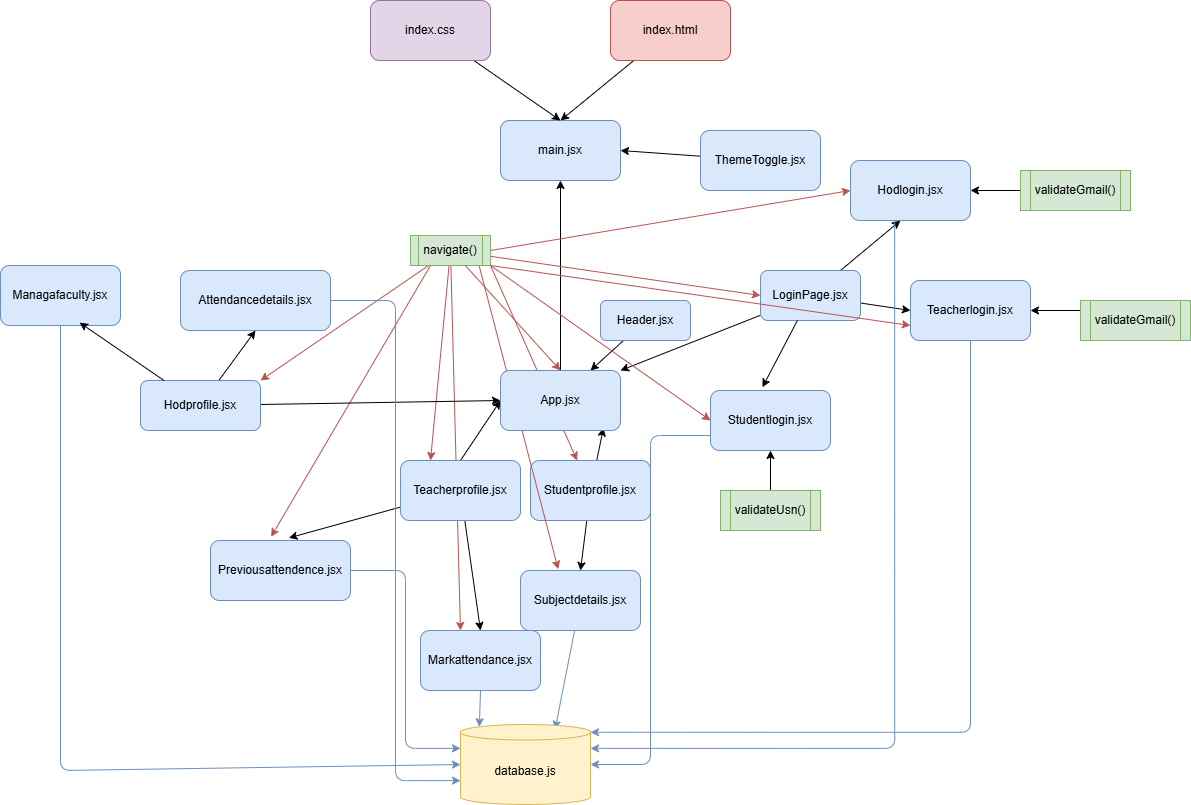
Above: Diagram.drawio.png in Rohan-Shridhar/Attendance-Tracker (draw.io), before the change. Source tidied: cells renumbered, new cells last; positions are measured from the earlier drawing's top-left corner, leaving out a move shared by most shapes.
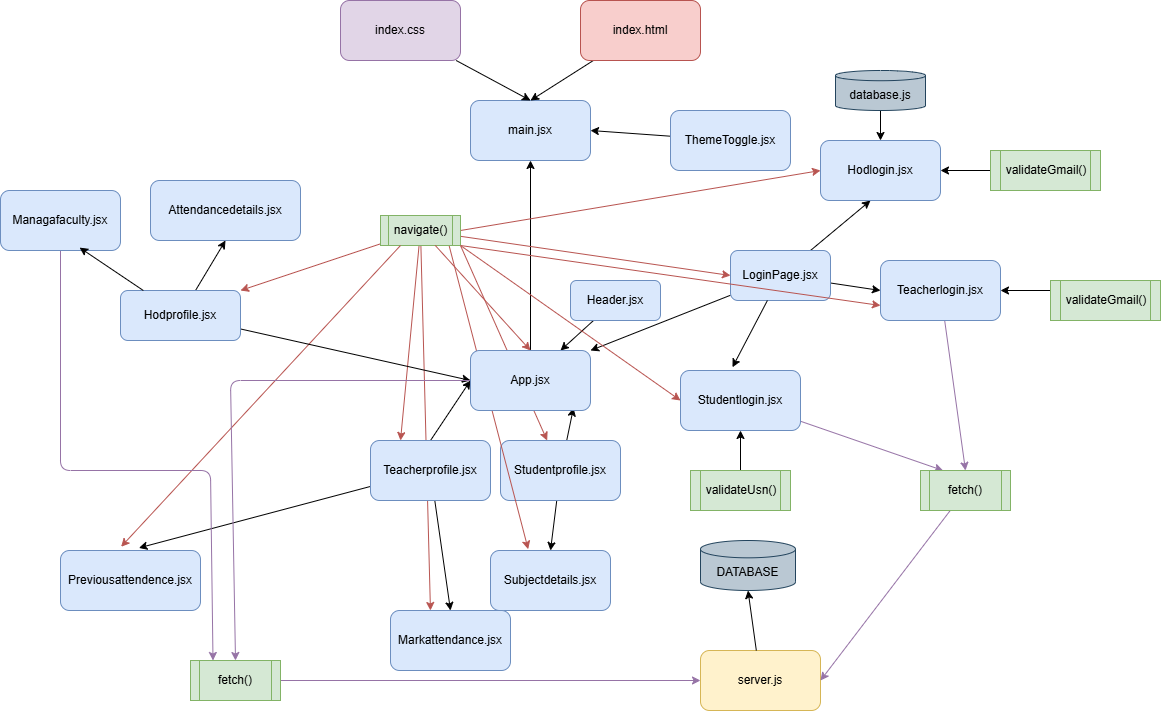
The same file after the commit.

Diff of the diagram source:
```diff
@@ -28,9 +28,15 @@
     <mxCell id="9" value="LoginPage.jsx" style="rounded=1;whiteSpace=wrap;html=1;fillColor=#dae8fc;strokeColor=#6c8ebf;" parent="1" vertex="1">
       <mxGeometry x="760" y="270" width="100" height="50" as="geometry" />
     </mxCell>
+    <mxCell id="64" style="edgeStyle=none;html=1;entryX=0.25;entryY=0;entryDx=0;entryDy=0;fillColor=#e1d5e7;strokeColor=#9673a6;" parent="1" edge="1" source="10" target="72">
+      <mxGeometry relative="1" as="geometry" />
+    </mxCell>
     <mxCell id="10" value="Studentlogin.jsx" style="rounded=1;whiteSpace=wrap;html=1;fillColor=#dae8fc;strokeColor=#6c8ebf;" parent="1" vertex="1">
       <mxGeometry x="710" y="390" width="120" height="60" as="geometry" />
     </mxCell>
+    <mxCell id="65" style="edgeStyle=none;html=1;entryX=0.5;entryY=0;entryDx=0;entryDy=0;fillColor=#e1d5e7;strokeColor=#9673a6;" parent="1" edge="1" source="11" target="72">
+      <mxGeometry relative="1" as="geometry" />
+    </mxCell>
     <mxCell id="11" value="Teacherlogin.jsx" style="rounded=1;whiteSpace=wrap;html=1;fillColor=#dae8fc;strokeColor=#6c8ebf;" parent="1" vertex="1">
       <mxGeometry x="910" y="280" width="120" height="60" as="geometry" />
     </mxCell>
@@ -46,9 +52,6 @@
     <mxCell id="15" style="edgeStyle=none;html=1;entryX=0.5;entryY=0;entryDx=0;entryDy=0;" parent="1" edge="1" source="49" target="42">
       <mxGeometry relative="1" as="geometry" />
     </mxCell>
-    <mxCell id="16" style="edgeStyle=elbowEdgeStyle;html=1;fillColor=#dae8fc;strokeColor=#6c8ebf;entryX=0;entryY=0;entryDx=0;entryDy=23.875038146972656;entryPerimeter=0;" parent="1" edge="1" source="51" target="52">
-      <mxGeometry relative="1" as="geometry" />
-    </mxCell>
     <mxCell id="17" style="edgeStyle=none;html=1;entryX=0;entryY=0.5;entryDx=0;entryDy=0;exitX=0.5;exitY=0;exitDx=0;exitDy=0;" parent="1" edge="1" source="49" target="61">
       <mxGeometry relative="1" as="geometry" />
     </mxCell>
@@ -101,23 +104,14 @@
       <mxGeometry relative="1" as="geometry" />
     </mxCell>
     <mxCell id="34" value="index.html" style="rounded=1;whiteSpace=wrap;html=1;fillColor=#f8cecc;strokeColor=#b85450;" parent="1" vertex="1">
-      <mxGeometry x="610" width="120" height="60" as="geometry" />
+      <mxGeometry x="610" y="20" width="120" height="60" as="geometry" />
     </mxCell>
     <mxCell id="35" style="edgeStyle=none;html=1;entryX=0.5;entryY=0;entryDx=0;entryDy=0;" parent="1" edge="1" source="36" target="2">
       <mxGeometry relative="1" as="geometry" />
     </mxCell>
     <mxCell id="36" value="index.css" style="rounded=1;whiteSpace=wrap;html=1;fillColor=#e1d5e7;strokeColor=#9673a6;" parent="1" vertex="1">
-      <mxGeometry x="370" width="120" height="60" as="geometry" />
+      <mxGeometry x="370" y="20" width="120" height="60" as="geometry" />
     </mxCell>
-    <mxCell id="37" style="edgeStyle=orthogonalEdgeStyle;html=1;entryX=1;entryY=0;entryDx=0;entryDy=7.7500762939453125;entryPerimeter=0;fillColor=#dae8fc;strokeColor=#6c8ebf;exitX=0.5;exitY=1;exitDx=0;exitDy=0;" parent="1" edge="1" source="11" target="52">
-      <mxGeometry relative="1" as="geometry" />
-    </mxCell>
-    <mxCell id="38" style="edgeStyle=none;html=1;entryX=0.728;entryY=0.06;entryDx=0;entryDy=0;entryPerimeter=0;fillColor=#dae8fc;strokeColor=#6c8ebf;" parent="1" edge="1" source="31" target="52">
-      <mxGeometry relative="1" as="geometry" />
-    </mxCell>
-    <mxCell id="39" style="edgeStyle=elbowEdgeStyle;html=1;exitX=0;exitY=0.75;exitDx=0;exitDy=0;fillColor=#dae8fc;strokeColor=#6c8ebf;" parent="1" edge="1" source="10" target="52">
-      <mxGeometry relative="1" as="geometry" />
-    </mxCell>
     <mxCell id="40" style="edgeStyle=none;html=1;entryX=1;entryY=0.5;entryDx=0;entryDy=0;" parent="1" edge="1" source="41" target="2">
       <mxGeometry relative="1" as="geometry" />
     </mxCell>
@@ -136,9 +130,6 @@
     <mxCell id="45" value="validateGmail()" style="shape=process;whiteSpace=wrap;html=1;backgroundOutline=1;size=0.09090909090909091;fillColor=#d5e8d4;strokeColor=#82b366;" parent="1" vertex="1">
       <mxGeometry x="1020" y="170" width="110" height="40" as="geometry" />
     </mxCell>
-    <mxCell id="46" style="edgeStyle=orthogonalEdgeStyle;html=1;entryX=1;entryY=0;entryDx=0;entryDy=23.875038146972656;entryPerimeter=0;exitX=0.368;exitY=1.006;exitDx=0;exitDy=0;exitPerimeter=0;fillColor=#dae8fc;strokeColor=#6c8ebf;" parent="1" edge="1" source="43" target="52">
-      <mxGeometry relative="1" as="geometry" />
-    </mxCell>
     <mxCell id="47" style="edgeStyle=none;html=1;entryX=0;entryY=0.75;entryDx=0;entryDy=0;exitX=1;exitY=1;exitDx=0;exitDy=0;fillColor=#f8cecc;strokeColor=#b85450;" parent="1" edge="1" source="26" target="11">
       <mxGeometry relative="1" as="geometry" />
     </mxCell>
@@ -152,14 +143,8 @@
       <mxGeometry relative="1" as="geometry" />
     </mxCell>
     <mxCell id="51" value="Previousattendence.jsx" style="rounded=1;whiteSpace=wrap;html=1;fillColor=#dae8fc;strokeColor=#6c8ebf;" parent="1" vertex="1">
-      <mxGeometry x="210" y="540" width="140" height="60" as="geometry" />
+      <mxGeometry x="90" y="570" width="140" height="60" as="geometry" />
     </mxCell>
-    <mxCell id="52" value="database.js" style="shape=cylinder3;whiteSpace=wrap;html=1;boundedLbl=1;backgroundOutline=1;size=7.7500762939453125;fillColor=#fff2cc;strokeColor=#d6b656;" parent="1" vertex="1">
-      <mxGeometry x="460" y="724" width="130" height="80" as="geometry" />
-    </mxCell>
-    <mxCell id="53" style="edgeStyle=none;html=1;exitX=0.5;exitY=1;exitDx=0;exitDy=0;entryX=0.145;entryY=0;entryDx=0;entryDy=2.2475221252441404;entryPerimeter=0;fillColor=#dae8fc;strokeColor=#6c8ebf;" parent="1" edge="1" source="42" target="52">
-      <mxGeometry relative="1" as="geometry" />
-    </mxCell>
     <mxCell id="54" style="edgeStyle=none;html=1;entryX=0;entryY=0.5;entryDx=0;entryDy=0;" parent="1" edge="1" source="56" target="61">
       <mxGeometry relative="1" as="geometry" />
     </mxCell>
@@ -167,32 +152,64 @@
       <mxGeometry relative="1" as="geometry" />
     </mxCell>
     <mxCell id="56" value="Hodprofile.jsx" style="rounded=1;whiteSpace=wrap;html=1;fillColor=#dae8fc;strokeColor=#6c8ebf;" parent="1" vertex="1">
-      <mxGeometry x="140" y="380" width="120" height="50" as="geometry" />
+      <mxGeometry x="150" y="310" width="120" height="50" as="geometry" />
     </mxCell>
+    <mxCell id="66" style="edgeStyle=none;html=1;entryX=0.25;entryY=0;entryDx=0;entryDy=0;fillColor=#e1d5e7;strokeColor=#9673a6;" parent="1" edge="1" source="57" target="70">
+      <mxGeometry relative="1" as="geometry">
+        <Array as="points">
+          <mxPoint x="90" y="490" />
+          <mxPoint x="240" y="490" />
+        </Array>
+      </mxGeometry>
+    </mxCell>
     <mxCell id="57" value="Managafaculty.jsx" style="rounded=1;whiteSpace=wrap;html=1;fillColor=#dae8fc;strokeColor=#6c8ebf;" parent="1" vertex="1">
-      <mxGeometry y="265" width="120" height="60" as="geometry" />
+      <mxGeometry x="30" y="210" width="120" height="60" as="geometry" />
     </mxCell>
     <mxCell id="58" value="Attendancedetails.jsx" style="rounded=1;whiteSpace=wrap;html=1;fillColor=#dae8fc;strokeColor=#6c8ebf;" parent="1" vertex="1">
-      <mxGeometry x="180" y="270" width="150" height="60" as="geometry" />
+      <mxGeometry x="180" y="200" width="150" height="60" as="geometry" />
     </mxCell>
-    <mxCell id="59" style="edgeStyle=orthogonalEdgeStyle;html=1;entryX=0;entryY=0;entryDx=0;entryDy=56.124961853027344;entryPerimeter=0;elbow=vertical;fillColor=#dae8fc;strokeColor=#6c8ebf;" parent="1" edge="1" source="58" target="52">
-      <mxGeometry relative="1" as="geometry" />
-    </mxCell>
     <mxCell id="60" style="edgeStyle=none;html=1;entryX=0.5;entryY=0;entryDx=0;entryDy=0;exitX=0.684;exitY=0.996;exitDx=0;exitDy=0;exitPerimeter=0;fillColor=#f8cecc;strokeColor=#b85450;" parent="1" edge="1" source="26" target="61">
       <mxGeometry relative="1" as="geometry" />
     </mxCell>
+    <mxCell id="67" style="edgeStyle=none;html=1;entryX=0.5;entryY=0;entryDx=0;entryDy=0;fillColor=#e1d5e7;strokeColor=#9673a6;" parent="1" edge="1" source="61" target="70">
+      <mxGeometry relative="1" as="geometry">
+        <Array as="points">
+          <mxPoint x="260" y="400" />
+        </Array>
+      </mxGeometry>
+    </mxCell>
     <mxCell id="61" value="App.jsx" style="rounded=1;whiteSpace=wrap;html=1;fillColor=#dae8fc;strokeColor=#6c8ebf;" parent="1" vertex="1">
       <mxGeometry x="500" y="370" width="120" height="60" as="geometry" />
     </mxCell>
     <mxCell id="62" style="edgeStyle=none;html=1;entryX=0.659;entryY=0.952;entryDx=0;entryDy=0;entryPerimeter=0;" parent="1" edge="1" source="56" target="57">
       <mxGeometry relative="1" as="geometry" />
     </mxCell>
-    <mxCell id="63" style="html=1;entryX=0;entryY=0.5;entryDx=0;entryDy=0;entryPerimeter=0;fillColor=#dae8fc;strokeColor=#6c8ebf;" parent="1" edge="1" source="57" target="52">
-      <mxGeometry relative="1" as="geometry">
-        <Array as="points">
-          <mxPoint x="60" y="770" />
-        </Array>
-      </mxGeometry>
-    </mxCell>
+    <mxCell id="68" value="server.js" style="rounded=1;whiteSpace=wrap;html=1;fillColor=#fff2cc;strokeColor=#d6b656;" parent="1" vertex="1">
+      <mxGeometry x="730" y="670" width="120" height="60" as="geometry" />
+    </mxCell>
+    <mxCell id="69" style="edgeStyle=none;html=1;entryX=0;entryY=0.5;entryDx=0;entryDy=0;fillColor=#e1d5e7;strokeColor=#9673a6;" parent="1" edge="1" source="70" target="68">
+      <mxGeometry relative="1" as="geometry" />
+    </mxCell>
+    <mxCell id="70" value="fetch()" style="shape=process;whiteSpace=wrap;html=1;backgroundOutline=1;fillColor=#d5e8d4;strokeColor=#82b366;" parent="1" vertex="1">
+      <mxGeometry x="220" y="680" width="90" height="40" as="geometry" />
+    </mxCell>
+    <mxCell id="71" style="edgeStyle=none;html=1;entryX=1;entryY=0.5;entryDx=0;entryDy=0;fillColor=#e1d5e7;strokeColor=#9673a6;" parent="1" edge="1" source="72" target="68">
+      <mxGeometry relative="1" as="geometry" />
+    </mxCell>
+    <mxCell id="72" value="fetch()" style="shape=process;whiteSpace=wrap;html=1;backgroundOutline=1;fillColor=#d5e8d4;strokeColor=#82b366;" parent="1" vertex="1">
+      <mxGeometry x="950" y="490" width="90" height="40" as="geometry" />
+    </mxCell>
+    <mxCell id="73" style="edgeStyle=none;html=1;entryX=0.5;entryY=0;entryDx=0;entryDy=0;" parent="1" edge="1" source="52" target="43">
+      <mxGeometry relative="1" as="geometry" />
+    </mxCell>
+    <mxCell id="52" value="database.js" style="shape=cylinder3;whiteSpace=wrap;html=1;boundedLbl=1;backgroundOutline=1;size=5.111094156901004;fillColor=#bac8d3;strokeColor=#23445d;" parent="1" vertex="1">
+      <mxGeometry x="865" y="90" width="90" height="40" as="geometry" />
+    </mxCell>
+    <mxCell id="74" value="DATABASE" style="shape=cylinder3;whiteSpace=wrap;html=1;boundedLbl=1;backgroundOutline=1;size=8.6666802300348;fillColor=#bac8d3;strokeColor=#23445d;" parent="1" vertex="1">
+      <mxGeometry x="730" y="560" width="95" height="50" as="geometry" />
+    </mxCell>
+    <mxCell id="75" style="edgeStyle=none;html=1;entryX=0.5;entryY=1;entryDx=0;entryDy=0;entryPerimeter=0;" parent="1" edge="1" source="68" target="74">
+      <mxGeometry relative="1" as="geometry" />
+    </mxCell>
   </root>
 </mxGraphModel>
```
